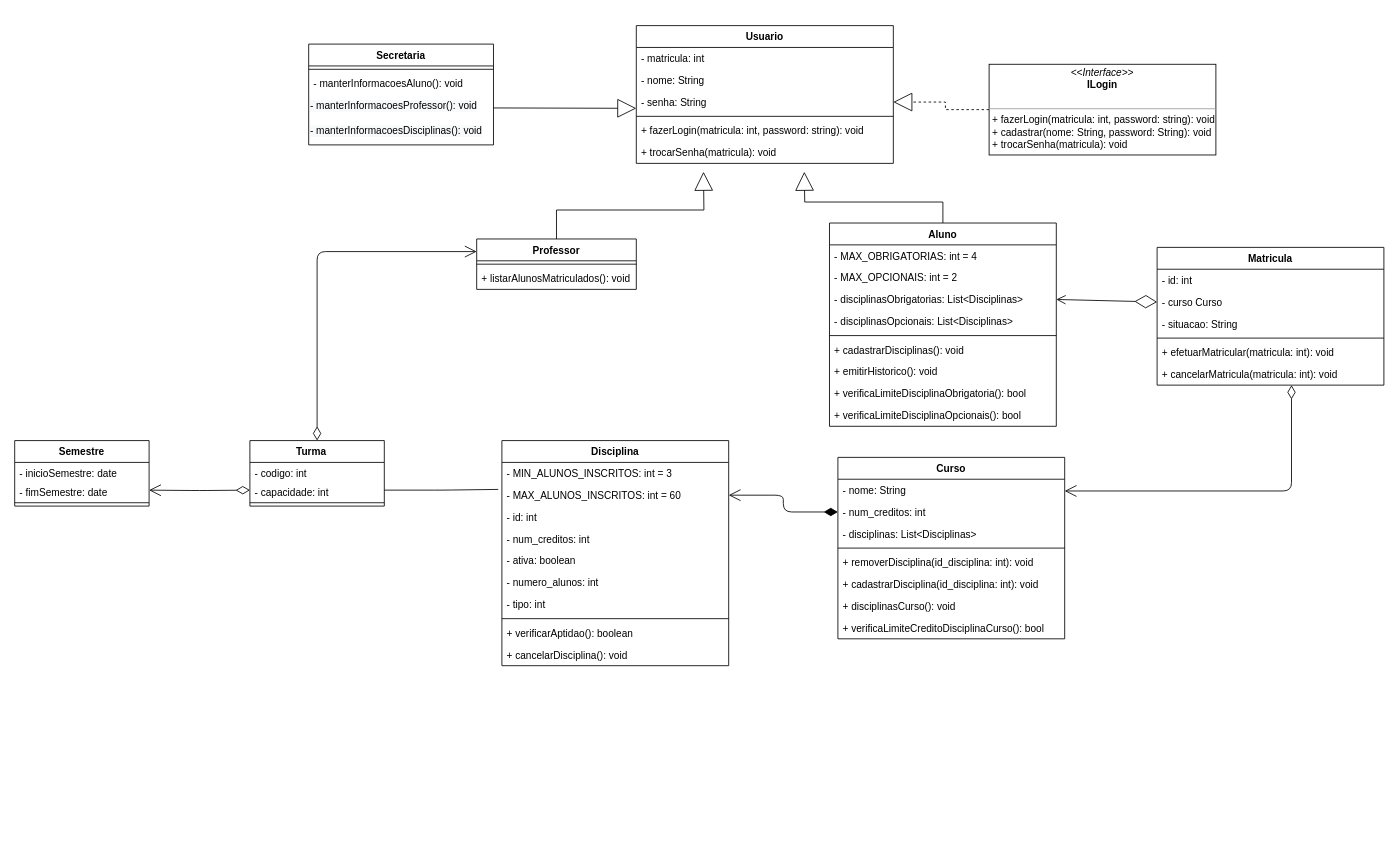
The draw.io diagram Diagrama de Classes Sistema de Matrículas.drawio in joeyclapton/projeto, before the edit. Source tidied: cells renumbered, new cells numbered last; positions are measured from the earlier drawing's top-left corner, leaving out a move shared by most shapes. Both pictures are drawn from the tidied source at 84%, with x=0, y=0 at pixel (14, 25).
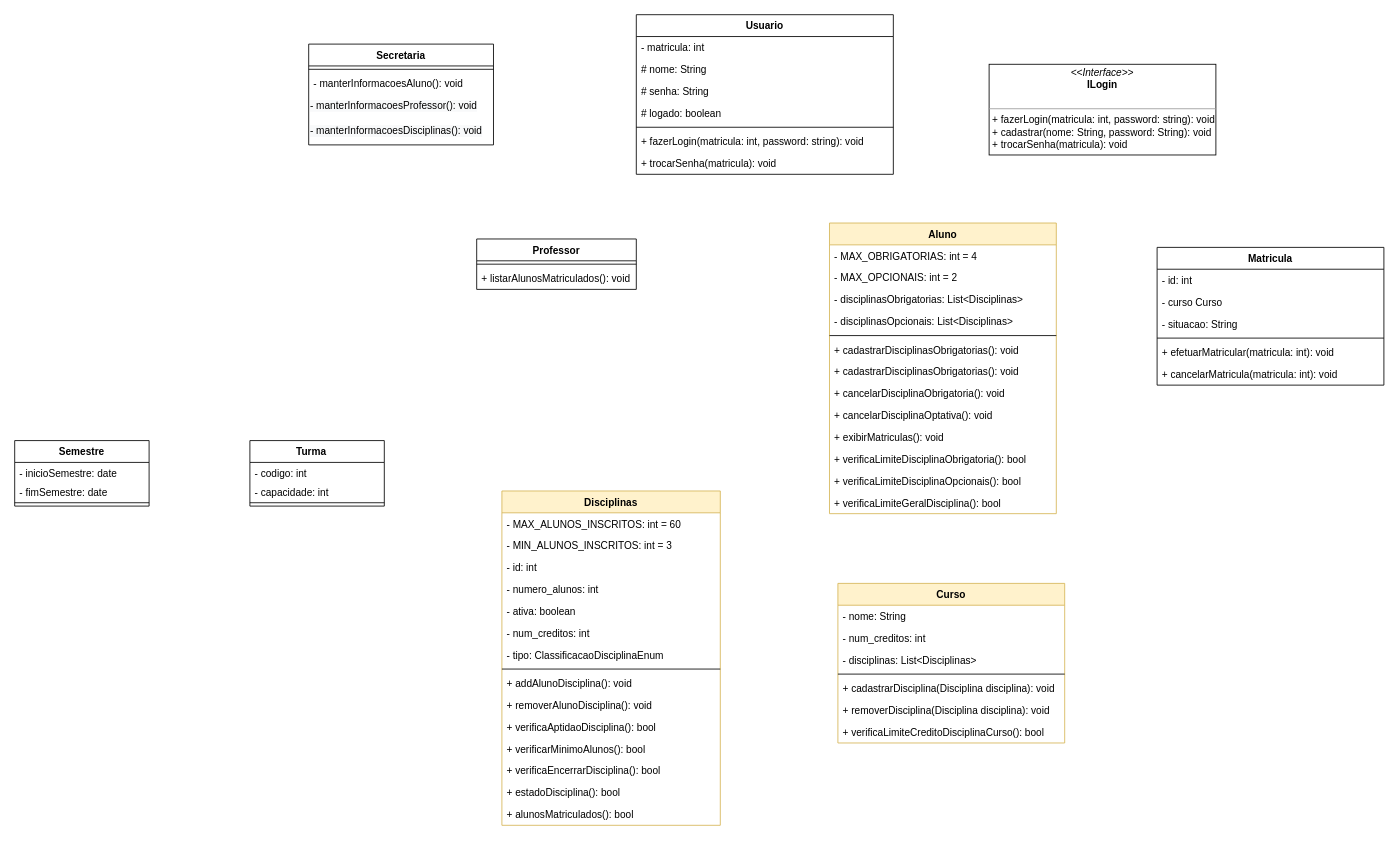
The same page after the edit.

The change refers to these unchanged cells:
```xml
<mxCell id="10" value="Professor" style="swimlane;fontStyle=1;align=center;verticalAlign=top;horizontal=1;startSize=26;" parent="1" vertex="1">
  <mxGeometry x="550" y="254" width="190" height="60" as="geometry" />
</mxCell>
<mxCell id="17" value="- disciplinasObrigatorias: List&lt;Disciplinas&gt;" style="text;strokeColor=none;fillColor=none;align=left;verticalAlign=top;spacingLeft=4;spacingRight=4;overflow=hidden;points=[[0,0.5],[1,0.5]];portConstraint=eastwest;" parent="14" vertex="1">
  <mxGeometry y="78" width="270" height="26" as="geometry" />
</mxCell>
<mxCell id="31" value="- num_creditos: int" style="text;strokeColor=none;fillColor=none;align=left;verticalAlign=top;spacingLeft=4;spacingRight=4;overflow=hidden;points=[[0,0.5],[1,0.5]];portConstraint=eastwest;" parent="29" vertex="1">
  <mxGeometry y="52" width="270" height="26" as="geometry" />
</mxCell>
<mxCell id="40" value="- curso Curso" style="text;strokeColor=none;fillColor=none;align=left;verticalAlign=top;spacingLeft=4;spacingRight=4;overflow=hidden;points=[[0,0.5],[1,0.5]];portConstraint=eastwest;" parent="38" vertex="1">
  <mxGeometry y="52" width="270" height="26" as="geometry" />
</mxCell>
<mxCell id="56" value="Turma    " style="swimlane;fontStyle=1;align=center;verticalAlign=top;horizontal=1;startSize=26;" parent="1" vertex="1">
  <mxGeometry x="280" y="494" width="160" height="78" as="geometry" />
</mxCell>
<mxCell id="58" value="- capacidade: int&#10;" style="text;strokeColor=none;fillColor=none;align=left;verticalAlign=top;spacingLeft=4;spacingRight=4;overflow=hidden;points=[[0,0.5],[1,0.5]];portConstraint=eastwest;" parent="56" vertex="1">
  <mxGeometry y="48" width="160" height="22" as="geometry" />
</mxCell>
<mxCell id="61" value="&lt;p style=&quot;margin: 0px ; margin-top: 4px ; text-align: center&quot;&gt;&lt;i&gt;&amp;lt;&amp;lt;Interface&amp;gt;&amp;gt;&lt;/i&gt;&lt;br&gt;&lt;b&gt;ILogin&lt;/b&gt;&lt;/p&gt;&lt;p style=&quot;margin: 0px ; margin-left: 4px&quot;&gt;&lt;br&gt;&lt;/p&gt;&lt;hr size=&quot;1&quot;&gt;&lt;p style=&quot;margin: 0px ; margin-left: 4px&quot;&gt;+ fazerLogin(matricula: int, password: string): void&lt;br&gt;+ cadastrar(nome: String, password: String): void&lt;/p&gt;&lt;p style=&quot;margin: 0px ; margin-left: 4px&quot;&gt;+ trocarSenha(matricula): void&lt;br&gt;&lt;/p&gt;" style="verticalAlign=top;align=left;overflow=fill;fontSize=12;fontFamily=Helvetica;html=1;" parent="1" vertex="1">
  <mxGeometry x="1160" y="46" width="270" height="108" as="geometry" />
</mxCell>
<mxCell id="67" value="- fimSemestre: date" style="text;strokeColor=none;fillColor=none;align=left;verticalAlign=top;spacingLeft=4;spacingRight=4;overflow=hidden;points=[[0,0.5],[1,0.5]];portConstraint=eastwest;" parent="65" vertex="1">
  <mxGeometry y="48" width="160" height="22" as="geometry" />
</mxCell>
```

What changed in the source:
```diff
@@
     <mxCell id="2" value="Usuario" style="swimlane;fontStyle=1;align=center;verticalAlign=top;horizontal=1;startSize=26;" parent="1" vertex="1">
-      <mxGeometry x="740" width="306" height="164" as="geometry" />
+      <mxGeometry x="740" y="-13" width="306" height="190" as="geometry" />
     </mxCell>
@@
-    <mxCell id="4" value="- nome: String" style="text;strokeColor=none;fillColor=none;align=left;verticalAlign=top;spacingLeft=4;spacingRight=4;overflow=hidden;" parent="2" vertex="1">
+    <mxCell id="4" value="# nome: String" style="text;strokeColor=none;fillColor=none;align=left;verticalAlign=top;spacingLeft=4;spacingRight=4;overflow=hidden;" parent="2" vertex="1">
       <mxGeometry y="52" width="306" height="26" as="geometry" />
     </mxCell>
+    <mxCell id="73" value="# senha: String" style="text;strokeColor=none;fillColor=none;align=left;verticalAlign=top;spacingLeft=4;spacingRight=4;overflow=hidden;" parent="2" vertex="1">
+      <mxGeometry y="78" width="306" height="26" as="geometry" />
+    </mxCell>
-    <mxCell id="5" value="- senha: String" style="text;strokeColor=none;fillColor=none;align=left;verticalAlign=top;spacingLeft=4;spacingRight=4;overflow=hidden;points=[[0,0.5],[1,0.5]];portConstraint=eastwest;" parent="2" vertex="1">
-      <mxGeometry y="78" width="306" height="26" as="geometry" />
+    <mxCell id="5" value="# logado: boolean" style="text;strokeColor=none;fillColor=none;align=left;verticalAlign=top;spacingLeft=4;spacingRight=4;overflow=hidden;points=[[0,0.5],[1,0.5]];portConstraint=eastwest;" parent="2" vertex="1">
+      <mxGeometry y="104" width="306" height="26" as="geometry" />
     </mxCell>
     <mxCell id="6" style="line;strokeWidth=1;fillColor=none;align=left;verticalAlign=middle;spacingTop=-1;spacingLeft=3;spacingRight=3;labelPosition=right;" parent="2" vertex="1">
-      <mxGeometry y="104" width="306" height="8" as="geometry" />
+      <mxGeometry y="130" width="306" height="8" as="geometry" />
     </mxCell>
     <mxCell id="7" value="+ fazerLogin(matricula: int, password: string): void" style="text;strokeColor=none;fillColor=none;align=left;verticalAlign=top;spacingLeft=4;spacingRight=4;overflow=hidden;" parent="2" vertex="1">
-      <mxGeometry y="112" width="306" height="26" as="geometry" />
+      <mxGeometry y="138" width="306" height="26" as="geometry" />
     </mxCell>
     <mxCell id="8" value="+ trocarSenha(matricula): void" style="text;strokeColor=none;fillColor=none;align=left;verticalAlign=top;spacingLeft=4;spacingRight=4;overflow=hidden;" parent="2" vertex="1">
-      <mxGeometry y="138" width="306" height="26" as="geometry" />
+      <mxGeometry y="164" width="306" height="26" as="geometry" />
     </mxCell>
-    <mxCell id="9" style="edgeStyle=orthogonalEdgeStyle;rounded=0;jettySize=auto;html=1;exitX=0.5;exitY=0;exitDx=0;exitDy=0;endArrow=block;endFill=0;endSize=20;" parent="1" edge="1" source="10">
-      <mxGeometry relative="1" as="geometry">
-        <mxPoint x="820" y="174" as="targetPoint" />
-      </mxGeometry>
-    </mxCell>
@@
-    <mxCell id="13" style="edgeStyle=orthogonalEdgeStyle;rounded=0;jettySize=auto;html=1;exitX=0.5;exitY=0;exitDx=0;exitDy=0;endArrow=block;endFill=0;endSize=20;" parent="1" edge="1" source="14">
-      <mxGeometry relative="1" as="geometry">
-        <mxPoint x="940" y="174" as="targetPoint" />
-      </mxGeometry>
-    </mxCell>
-    <mxCell id="14" value="Aluno" style="swimlane;fontStyle=1;align=center;verticalAlign=top;horizontal=1;startSize=26;" parent="1" vertex="1">
-      <mxGeometry x="970" y="235" width="270" height="242" as="geometry" />
+    <mxCell id="14" value="Aluno" style="swimlane;fontStyle=1;align=center;verticalAlign=top;horizontal=1;startSize=26;fillColor=#fff2cc;strokeColor=#d6b656;" parent="1" vertex="1">
+      <mxGeometry x="970" y="235" width="270" height="346" as="geometry" />
     </mxCell>
@@
-    <mxCell id="20" value="+ cadastrarDisciplinas(): void" style="text;strokeColor=none;fillColor=none;align=left;verticalAlign=top;spacingLeft=4;spacingRight=4;overflow=hidden;" parent="14" vertex="1">
+    <mxCell id="20" value="+ cadastrarDisciplinasObrigatorias(): void" style="text;strokeColor=none;fillColor=none;align=left;verticalAlign=top;spacingLeft=4;spacingRight=4;overflow=hidden;" parent="14" vertex="1">
       <mxGeometry y="138" width="270" height="26" as="geometry" />
     </mxCell>
-    <mxCell id="21" value="+ emitirHistorico(): void" style="text;strokeColor=none;fillColor=none;align=left;verticalAlign=top;spacingLeft=4;spacingRight=4;overflow=hidden;" parent="14" vertex="1">
-      <mxGeometry y="164" width="270" height="26" as="geometry" />
-    </mxCell>
+    <mxCell id="74" value="+ cadastrarDisciplinasObrigatorias(): void" style="text;strokeColor=none;fillColor=none;align=left;verticalAlign=top;spacingLeft=4;spacingRight=4;overflow=hidden;" parent="14" vertex="1">
+      <mxGeometry y="164" width="270" height="26" as="geometry" />
+    </mxCell>
+    <mxCell id="75" value="+ cancelarDisciplinaObrigatoria(): void" style="text;strokeColor=none;fillColor=none;align=left;verticalAlign=top;spacingLeft=4;spacingRight=4;overflow=hidden;" parent="14" vertex="1">
+      <mxGeometry y="190" width="270" height="26" as="geometry" />
+    </mxCell>
+    <mxCell id="76" value="+ cancelarDisciplinaOptativa(): void" style="text;strokeColor=none;fillColor=none;align=left;verticalAlign=top;spacingLeft=4;spacingRight=4;overflow=hidden;" parent="14" vertex="1">
+      <mxGeometry y="216" width="270" height="26" as="geometry" />
+    </mxCell>
+    <mxCell id="77" value="+ exibirMatriculas(): void" style="text;strokeColor=none;fillColor=none;align=left;verticalAlign=top;spacingLeft=4;spacingRight=4;overflow=hidden;" parent="14" vertex="1">
+      <mxGeometry y="242" width="270" height="26" as="geometry" />
+    </mxCell>
     <mxCell id="22" value="+ verificaLimiteDisciplinaObrigatoria(): bool" style="text;strokeColor=none;fillColor=none;align=left;verticalAlign=top;spacingLeft=4;spacingRight=4;overflow=hidden;" parent="14" vertex="1">
-      <mxGeometry y="190" width="270" height="26" as="geometry" />
+      <mxGeometry y="268" width="270" height="26" as="geometry" />
     </mxCell>
     <mxCell id="23" value="+ verificaLimiteDisciplinaOpcionais(): bool" style="text;strokeColor=none;fillColor=none;align=left;verticalAlign=top;spacingLeft=4;spacingRight=4;overflow=hidden;" parent="14" vertex="1">
-      <mxGeometry y="216" width="270" height="26" as="geometry" />
+      <mxGeometry y="294" width="270" height="26" as="geometry" />
     </mxCell>
+    <mxCell id="78" value="+ verificaLimiteGeralDisciplina(): bool" style="text;strokeColor=none;fillColor=none;align=left;verticalAlign=top;spacingLeft=4;spacingRight=4;overflow=hidden;" parent="14" vertex="1">
+      <mxGeometry y="320" width="270" height="26" as="geometry" />
+    </mxCell>
@@
-    <mxCell id="29" value="Curso" style="swimlane;fontStyle=1;align=center;verticalAlign=top;horizontal=1;startSize=26;" parent="1" vertex="1">
-      <mxGeometry x="980" y="514" width="270" height="216" as="geometry" />
+    <mxCell id="29" value="Curso" style="swimlane;fontStyle=1;align=center;verticalAlign=top;horizontal=1;startSize=26;fillColor=#fff2cc;strokeColor=#d6b656;" parent="1" vertex="1">
+      <mxGeometry x="980" y="664" width="270" height="190" as="geometry" />
     </mxCell>
@@
+    <mxCell id="35" value="+ cadastrarDisciplina(Disciplina disciplina): void" style="text;strokeColor=none;fillColor=none;align=left;verticalAlign=top;spacingLeft=4;spacingRight=4;overflow=hidden;" parent="29" vertex="1">
+      <mxGeometry y="112" width="270" height="26" as="geometry" />
+    </mxCell>
-    <mxCell id="34" value="+ removerDisciplina(id_disciplina: int): void" style="text;strokeColor=none;fillColor=none;align=left;verticalAlign=top;spacingLeft=4;spacingRight=4;overflow=hidden;" parent="29" vertex="1">
-      <mxGeometry y="112" width="270" height="26" as="geometry" />
+    <mxCell id="34" value="+ removerDisciplina(Disciplina disciplina): void" style="text;strokeColor=none;fillColor=none;align=left;verticalAlign=top;spacingLeft=4;spacingRight=4;overflow=hidden;" parent="29" vertex="1">
+      <mxGeometry y="138" width="270" height="26" as="geometry" />
     </mxCell>
-    <mxCell id="35" value="+ cadastrarDisciplina(id_disciplina: int): void" style="text;strokeColor=none;fillColor=none;align=left;verticalAlign=top;spacingLeft=4;spacingRight=4;overflow=hidden;" parent="29" vertex="1">
-      <mxGeometry y="138" width="270" height="26" as="geometry" />
-    </mxCell>
-    <mxCell id="36" value="+ disciplinasCurso(): void" style="text;strokeColor=none;fillColor=none;align=left;verticalAlign=top;spacingLeft=4;spacingRight=4;overflow=hidden;" parent="29" vertex="1">
-      <mxGeometry y="164" width="270" height="26" as="geometry" />
-    </mxCell>
     <mxCell id="37" value="+ verificaLimiteCreditoDisciplinaCurso(): bool" style="text;strokeColor=none;fillColor=none;align=left;verticalAlign=top;spacingLeft=4;spacingRight=4;overflow=hidden;" parent="29" vertex="1">
-      <mxGeometry y="190" width="270" height="26" as="geometry" />
+      <mxGeometry y="164" width="270" height="26" as="geometry" />
     </mxCell>
@@
-    <mxCell id="45" value="Disciplina" style="swimlane;fontStyle=1;align=center;verticalAlign=top;horizontal=1;startSize=26;" parent="1" vertex="1">
-      <mxGeometry x="580" y="494" width="270" height="268" as="geometry" />
-    </mxCell>
-    <mxCell id="46" value="- MIN_ALUNOS_INSCRITOS: int = 3 " style="text;strokeColor=none;fillColor=none;align=left;verticalAlign=top;spacingLeft=4;spacingRight=4;overflow=hidden;" parent="45" vertex="1">
-      <mxGeometry y="26" width="270" height="26" as="geometry" />
-    </mxCell>
-    <mxCell id="47" value="- MAX_ALUNOS_INSCRITOS: int = 60" style="text;strokeColor=none;fillColor=none;align=left;verticalAlign=top;spacingLeft=4;spacingRight=4;overflow=hidden;points=[[0,0.5],[1,0.5]];portConstraint=eastwest;" parent="45" vertex="1">
-      <mxGeometry y="52" width="270" height="26" as="geometry" />
-    </mxCell>
-    <mxCell id="48" value="- id: int" style="text;strokeColor=none;fillColor=none;align=left;verticalAlign=top;spacingLeft=4;spacingRight=4;overflow=hidden;" parent="45" vertex="1">
-      <mxGeometry y="78" width="270" height="26" as="geometry" />
-    </mxCell>
-    <mxCell id="49" value="- num_creditos: int" style="text;strokeColor=none;fillColor=none;align=left;verticalAlign=top;spacingLeft=4;spacingRight=4;overflow=hidden;" parent="45" vertex="1">
-      <mxGeometry y="104" width="270" height="26" as="geometry" />
-    </mxCell>
-    <mxCell id="50" value="- ativa: boolean" style="text;strokeColor=none;fillColor=none;align=left;verticalAlign=top;spacingLeft=4;spacingRight=4;overflow=hidden;" parent="45" vertex="1">
-      <mxGeometry y="130" width="270" height="26" as="geometry" />
-    </mxCell>
-    <mxCell id="51" value="- numero_alunos: int" style="text;strokeColor=none;fillColor=none;align=left;verticalAlign=top;spacingLeft=4;spacingRight=4;overflow=hidden;" parent="45" vertex="1">
-      <mxGeometry y="156" width="270" height="26" as="geometry" />
-    </mxCell>
-    <mxCell id="52" value="- tipo: int" style="text;strokeColor=none;fillColor=none;align=left;verticalAlign=top;spacingLeft=4;spacingRight=4;overflow=hidden;" parent="45" vertex="1">
-      <mxGeometry y="182" width="270" height="26" as="geometry" />
-    </mxCell>
-    <mxCell id="53" style="line;strokeWidth=1;fillColor=none;align=left;verticalAlign=middle;spacingTop=-1;spacingLeft=3;spacingRight=3;labelPosition=right;" parent="45" vertex="1">
-      <mxGeometry y="208" width="270" height="8" as="geometry" />
-    </mxCell>
-    <mxCell id="54" value="+ verificarAptidao(): boolean" style="text;strokeColor=none;fillColor=none;align=left;verticalAlign=top;spacingLeft=4;spacingRight=4;overflow=hidden;" parent="45" vertex="1">
-      <mxGeometry y="216" width="270" height="26" as="geometry" />
-    </mxCell>
-    <mxCell id="55" value="+ cancelarDisciplina(): void" style="text;strokeColor=none;fillColor=none;align=left;verticalAlign=top;spacingLeft=4;spacingRight=4;overflow=hidden;" parent="45" vertex="1">
-      <mxGeometry y="242" width="270" height="26" as="geometry" />
-    </mxCell>
@@
-    <mxCell id="60" style="edgeStyle=orthogonalEdgeStyle;rounded=0;jettySize=auto;html=1;exitX=0;exitY=0.5;exitDx=0;exitDy=0;entryX=1;entryY=0.5;entryDx=0;entryDy=0;endArrow=block;endFill=0;endSize=20;dashed=1;" parent="1" edge="1" source="61" target="5">
-      <mxGeometry relative="1" as="geometry" />
-    </mxCell>
@@
-    <mxCell id="62" style="edgeStyle=orthogonalEdgeStyle;rounded=0;jettySize=auto;html=1;entryX=0;entryY=0.787;entryDx=0;entryDy=0;entryPerimeter=0;endArrow=block;endFill=0;endSize=20;" parent="1" edge="1" target="5">
-      <mxGeometry relative="1" as="geometry">
-        <mxPoint x="570" y="98" as="sourcePoint" />
-      </mxGeometry>
-    </mxCell>
-    <mxCell id="63" style="endArrow=open;html=1;endSize=12;startArrow=diamondThin;startSize=14;startFill=0;edgeStyle=orthogonalEdgeStyle;align=left;verticalAlign=bottom;exitX=0.5;exitY=0;exitDx=0;exitDy=0;entryX=0;entryY=0.25;entryDx=0;entryDy=0;" parent="1" edge="1" source="56" target="10">
-      <mxGeometry x="-1" y="3" relative="1" as="geometry" />
-    </mxCell>
-    <mxCell id="64" style="endArrow=none;html=1;endSize=12;startArrow=none;startSize=14;startFill=0;edgeStyle=orthogonalEdgeStyle;align=left;verticalAlign=bottom;exitX=1;exitY=0.5;exitDx=0;exitDy=0;entryX=-0.016;entryY=0.236;entryDx=0;entryDy=0;entryPerimeter=0;endFill=0;" parent="1" edge="1" source="58" target="47">
-      <mxGeometry x="-1" y="3" relative="1" as="geometry" />
-    </mxCell>
@@
-    <mxCell id="69" style="endArrow=open;html=1;endSize=12;startArrow=diamondThin;startSize=14;startFill=0;edgeStyle=orthogonalEdgeStyle;align=left;verticalAlign=bottom;entryX=1;entryY=0.5;entryDx=0;entryDy=0;" parent="1" edge="1" target="67">
-      <mxGeometry x="-1" y="3" relative="1" as="geometry">
-        <mxPoint x="280" y="553" as="sourcePoint" />
-      </mxGeometry>
-    </mxCell>
-    <mxCell id="70" style="endArrow=open;html=1;endSize=12;startArrow=diamondThin;startSize=14;startFill=1;edgeStyle=orthogonalEdgeStyle;align=left;verticalAlign=bottom;exitX=0;exitY=0.5;exitDx=0;exitDy=0;entryX=1;entryY=0.5;entryDx=0;entryDy=0;" parent="1" edge="1" source="31" target="47">
-      <mxGeometry x="-1" y="3" relative="1" as="geometry" />
-    </mxCell>
-    <mxCell id="71" style="endArrow=open;html=1;endSize=12;startArrow=diamondThin;startSize=14;startFill=0;edgeStyle=orthogonalEdgeStyle;align=left;verticalAlign=bottom;" parent="1" edge="1" target="29">
-      <mxGeometry x="-1" y="3" relative="1" as="geometry">
-        <mxPoint x="1520" y="428" as="sourcePoint" />
-        <Array as="points">
-          <mxPoint x="1520" y="554" />
-        </Array>
-      </mxGeometry>
-    </mxCell>
-    <mxCell id="72" style="endArrow=diamondThin;endFill=0;endSize=24;html=1;entryX=0;entryY=0.5;entryDx=0;entryDy=0;exitX=1;exitY=0.5;exitDx=0;exitDy=0;startArrow=open;startFill=0;targetPerimeterSpacing=15;startSize=9;sourcePerimeterSpacing=5;" parent="1" edge="1" source="17" target="40">
-      <mxGeometry relative="1" as="geometry" />
-    </mxCell>
+    <mxCell id="79" value="Disciplinas" style="swimlane;fontStyle=1;align=center;verticalAlign=top;horizontal=1;startSize=26;fillColor=#fff2cc;strokeColor=#d6b656;" parent="1" vertex="1">
+      <mxGeometry x="580" y="554" width="260" height="398" as="geometry" />
+    </mxCell>
+    <mxCell id="47" value="- MAX_ALUNOS_INSCRITOS: int = 60" style="text;strokeColor=none;fillColor=none;align=left;verticalAlign=top;spacingLeft=4;spacingRight=4;overflow=hidden;points=[[0,0.5],[1,0.5]];portConstraint=eastwest;" parent="79" vertex="1">
+      <mxGeometry y="26" width="260" height="26" as="geometry" />
+    </mxCell>
+    <mxCell id="46" value="- MIN_ALUNOS_INSCRITOS: int = 3 " style="text;strokeColor=none;fillColor=none;align=left;verticalAlign=top;spacingLeft=4;spacingRight=4;overflow=hidden;" parent="79" vertex="1">
+      <mxGeometry y="52" width="260" height="26" as="geometry" />
+    </mxCell>
+    <mxCell id="48" value="- id: int" style="text;strokeColor=none;fillColor=none;align=left;verticalAlign=top;spacingLeft=4;spacingRight=4;overflow=hidden;" parent="79" vertex="1">
+      <mxGeometry y="78" width="260" height="26" as="geometry" />
+    </mxCell>
+    <mxCell id="51" value="- numero_alunos: int" style="text;strokeColor=none;fillColor=none;align=left;verticalAlign=top;spacingLeft=4;spacingRight=4;overflow=hidden;" parent="79" vertex="1">
+      <mxGeometry y="104" width="260" height="26" as="geometry" />
+    </mxCell>
+    <mxCell id="50" value="- ativa: boolean" style="text;strokeColor=none;fillColor=none;align=left;verticalAlign=top;spacingLeft=4;spacingRight=4;overflow=hidden;" parent="79" vertex="1">
+      <mxGeometry y="130" width="260" height="26" as="geometry" />
+    </mxCell>
+    <mxCell id="49" value="- num_creditos: int" style="text;strokeColor=none;fillColor=none;align=left;verticalAlign=top;spacingLeft=4;spacingRight=4;overflow=hidden;" parent="79" vertex="1">
+      <mxGeometry y="156" width="260" height="26" as="geometry" />
+    </mxCell>
+    <mxCell id="52" value="- tipo: ClassificacaoDisciplinaEnum" style="text;strokeColor=none;fillColor=none;align=left;verticalAlign=top;spacingLeft=4;spacingRight=4;overflow=hidden;" parent="79" vertex="1">
+      <mxGeometry y="182" width="260" height="26" as="geometry" />
+    </mxCell>
+    <mxCell id="80" style="line;strokeWidth=1;fillColor=none;align=left;verticalAlign=middle;spacingTop=-1;spacingLeft=3;spacingRight=3;labelPosition=right;" parent="79" vertex="1">
+      <mxGeometry y="208" width="260" height="8" as="geometry" />
+    </mxCell>
+    <mxCell id="55" value="+ addAlunoDisciplina(): void" style="text;strokeColor=none;fillColor=none;align=left;verticalAlign=top;spacingLeft=4;spacingRight=4;overflow=hidden;" parent="79" vertex="1">
+      <mxGeometry y="216" width="260" height="26" as="geometry" />
+    </mxCell>
+    <mxCell id="81" value="+ removerAlunoDisciplina(): void" style="text;strokeColor=none;fillColor=none;align=left;verticalAlign=top;spacingLeft=4;spacingRight=4;overflow=hidden;" parent="79" vertex="1">
+      <mxGeometry y="242" width="260" height="26" as="geometry" />
+    </mxCell>
+    <mxCell id="54" value="+ verificaAptidaoDisciplina(): bool" style="text;strokeColor=none;fillColor=none;align=left;verticalAlign=top;spacingLeft=4;spacingRight=4;overflow=hidden;" parent="79" vertex="1">
+      <mxGeometry y="268" width="260" height="26" as="geometry" />
+    </mxCell>
+    <mxCell id="82" value="+ verificarMinimoAlunos(): bool" style="text;strokeColor=none;fillColor=none;align=left;verticalAlign=top;spacingLeft=4;spacingRight=4;overflow=hidden;" parent="79" vertex="1">
+      <mxGeometry y="294" width="260" height="26" as="geometry" />
+    </mxCell>
+    <mxCell id="83" value="+ verificaEncerrarDisciplina(): bool" style="text;strokeColor=none;fillColor=none;align=left;verticalAlign=top;spacingLeft=4;spacingRight=4;overflow=hidden;" parent="79" vertex="1">
+      <mxGeometry y="320" width="260" height="26" as="geometry" />
+    </mxCell>
+    <mxCell id="84" value="+ estadoDisciplina(): bool" style="text;strokeColor=none;fillColor=none;align=left;verticalAlign=top;spacingLeft=4;spacingRight=4;overflow=hidden;" parent="79" vertex="1">
+      <mxGeometry y="346" width="260" height="26" as="geometry" />
+    </mxCell>
+    <mxCell id="85" value="+ alunosMatriculados(): bool" style="text;strokeColor=none;fillColor=none;align=left;verticalAlign=top;spacingLeft=4;spacingRight=4;overflow=hidden;" parent="79" vertex="1">
+      <mxGeometry y="372" width="260" height="26" as="geometry" />
+    </mxCell>
```
